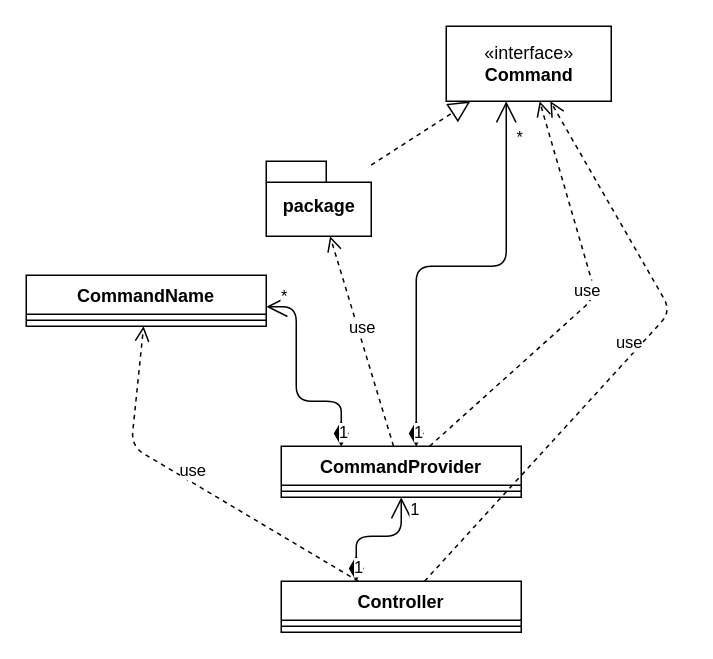
Above: page "controller" (4 of 6) of task04/src/main/java/Untitled Diagram.drawio in PaBLovko/webEpam (draw.io), before the change. Source tidied: cells renumbered, new cells numbered last; positions are measured from the earlier drawing's top-left corner, leaving out a move shared by most shapes. Both pictures are drawn from the tidied source at 150%, with x=0, y=0 at pixel (26, 26).
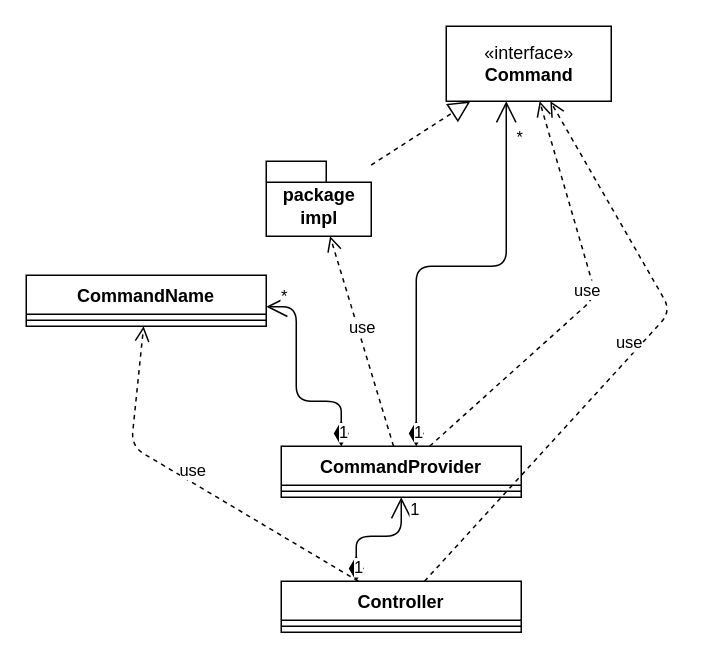
The same page after the edit.

What changed in the source:
```diff
@@
-    <mxCell id="9" value="package" style="shape=folder;fontStyle=1;spacingTop=10;tabWidth=40;tabHeight=14;tabPosition=left;html=1;" parent="1" vertex="1">
+    <mxCell id="9" value="package &lt;br&gt;impl" style="shape=folder;fontStyle=1;spacingTop=10;tabWidth=40;tabHeight=14;tabPosition=left;html=1;" parent="1" vertex="1">
       <mxGeometry x="160" y="90" width="70" height="50" as="geometry" />
     </mxCell>
```
